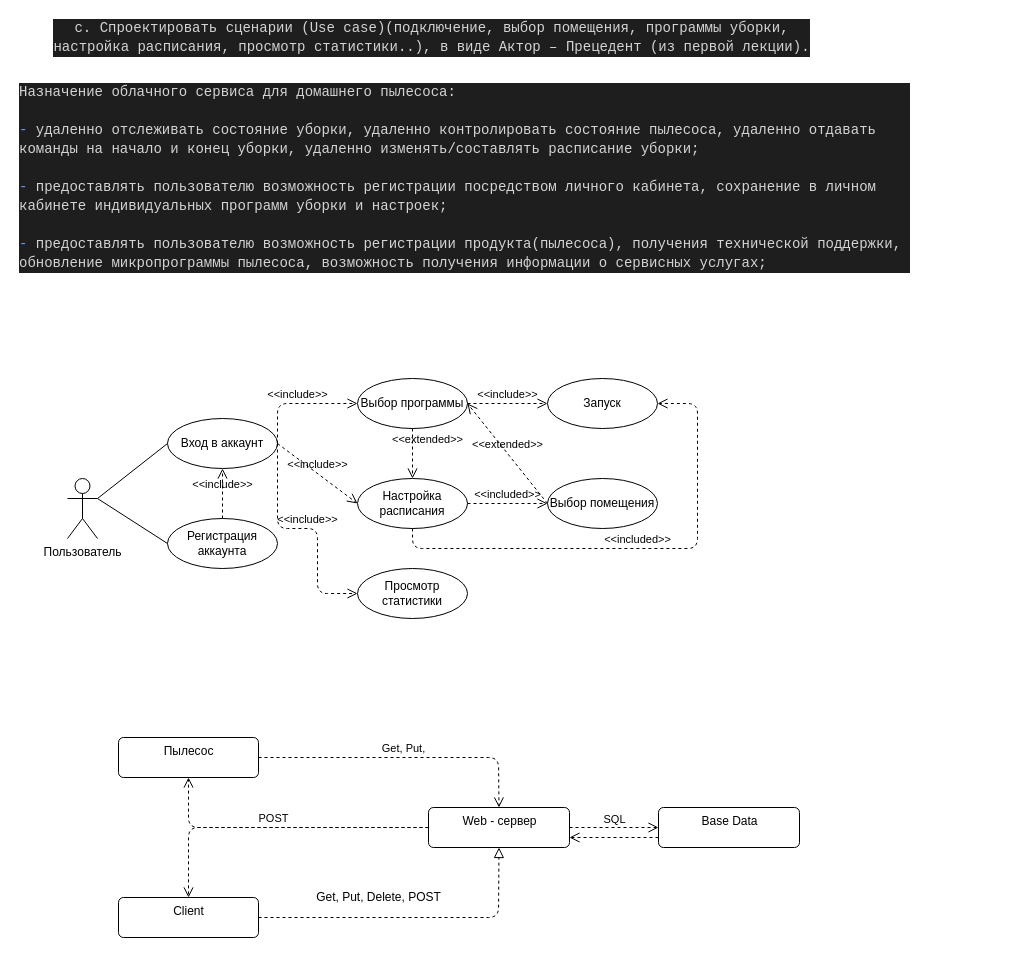
Before: homework_10/diagramm.drawio in AbubakirovRA/Application_architecture, a draw.io diagram. Source tidied: cells renumbered, new cells numbered last; positions are measured from the earlier drawing's top-left corner, leaving out a move shared by most shapes. Both pictures are drawn from the tidied source at 100%, with x=0, y=0 at pixel (17, 17).
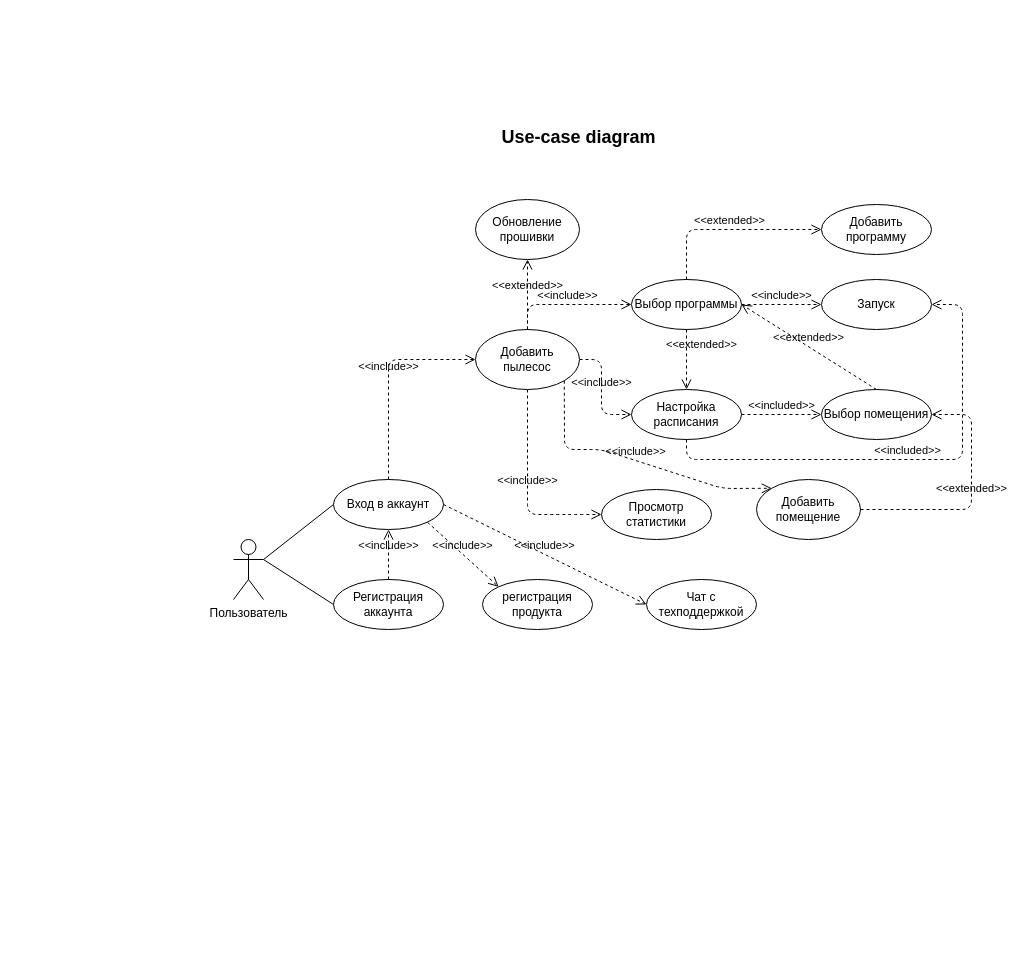
After the change.

Change to the diagram source:
```diff
@@
-    <mxCell id="2" value="&lt;div style=&quot;color: rgb(212 , 212 , 212) ; background-color: rgb(30 , 30 , 30) ; font-family: &amp;#34;consolas&amp;#34; , &amp;#34;courier new&amp;#34; , monospace ; font-size: 14px ; line-height: 19px&quot;&gt;&lt;div&gt;c. Спроектировать сценарии (Use case)(подключение, выбор помещения, программы уборки, &lt;/div&gt;&lt;div&gt;настройка расписания, просмотр статистики..), в виде Актор – Прецедент (из первой лекции).&lt;/div&gt;&lt;/div&gt;" style="text;html=1;align=center;verticalAlign=middle;strokeColor=none;fillColor=none;" parent="1" vertex="1">
-      <mxGeometry x="59" width="710" height="40" as="geometry" />
-    </mxCell>
+    <mxCell id="35" style="group;" parent="1" vertex="1">
+      <mxGeometry x="216" y="110" width="738" height="502" as="geometry" />
+    </mxCell>
-    <mxCell id="3" value="Пользователь" style="shape=umlActor;verticalLabelPosition=bottom;verticalAlign=top;html=1;" parent="1" vertex="1">
-      <mxGeometry x="50" y="461" width="30" height="60" as="geometry" />
+    <mxCell id="3" value="Пользователь" style="shape=umlActor;verticalLabelPosition=bottom;verticalAlign=top;html=1;" parent="35" vertex="1">
+      <mxGeometry y="412" width="30" height="60" as="geometry" />
     </mxCell>
-    <mxCell id="4" value="Запуск" style="ellipse;whiteSpace=wrap;html=1;" parent="1" vertex="1">
-      <mxGeometry x="530" y="361" width="110" height="50" as="geometry" />
+    <mxCell id="4" value="Запуск" style="ellipse;whiteSpace=wrap;html=1;" parent="35" vertex="1">
+      <mxGeometry x="588" y="152" width="110" height="50" as="geometry" />
     </mxCell>
-    <mxCell id="5" value="Выбор программы" style="ellipse;whiteSpace=wrap;html=1;" parent="1" vertex="1">
-      <mxGeometry x="340" y="361" width="110" height="50" as="geometry" />
+    <mxCell id="5" value="Выбор программы" style="ellipse;whiteSpace=wrap;html=1;" parent="35" vertex="1">
+      <mxGeometry x="398" y="152" width="110" height="50" as="geometry" />
     </mxCell>
-    <mxCell id="6" value="Выбор помещения" style="ellipse;whiteSpace=wrap;html=1;" parent="1" vertex="1">
-      <mxGeometry x="530" y="461" width="110" height="50" as="geometry" />
+    <mxCell id="6" value="Выбор помещения" style="ellipse;whiteSpace=wrap;html=1;" parent="35" vertex="1">
+      <mxGeometry x="588" y="262" width="110" height="50" as="geometry" />
     </mxCell>
-    <mxCell id="7" value="Настройка расписания" style="ellipse;whiteSpace=wrap;html=1;" parent="1" vertex="1">
-      <mxGeometry x="340" y="461" width="110" height="50" as="geometry" />
+    <mxCell id="7" value="Настройка расписания" style="ellipse;whiteSpace=wrap;html=1;" parent="35" vertex="1">
+      <mxGeometry x="398" y="262" width="110" height="50" as="geometry" />
     </mxCell>
-    <mxCell id="8" value="Просмотр статистики" style="ellipse;whiteSpace=wrap;html=1;" parent="1" vertex="1">
-      <mxGeometry x="340" y="551" width="110" height="50" as="geometry" />
+    <mxCell id="8" value="Просмотр статистики" style="ellipse;whiteSpace=wrap;html=1;" parent="35" vertex="1">
+      <mxGeometry x="368" y="362" width="110" height="50" as="geometry" />
     </mxCell>
-    <mxCell id="9" value="Регистрация аккаунта" style="ellipse;whiteSpace=wrap;html=1;" parent="1" vertex="1">
-      <mxGeometry x="150" y="501" width="110" height="50" as="geometry" />
+    <mxCell id="9" value="Регистрация аккаунта" style="ellipse;whiteSpace=wrap;html=1;" parent="35" vertex="1">
+      <mxGeometry x="100" y="452" width="110" height="50" as="geometry" />
     </mxCell>
-    <mxCell id="10" value="Вход в аккаунт" style="ellipse;whiteSpace=wrap;html=1;" parent="1" vertex="1">
-      <mxGeometry x="150" y="401" width="110" height="50" as="geometry" />
+    <mxCell id="10" value="Вход в аккаунт" style="ellipse;whiteSpace=wrap;html=1;" parent="35" vertex="1">
+      <mxGeometry x="100" y="352" width="110" height="50" as="geometry" />
     </mxCell>
-    <mxCell id="11" style="endArrow=none;html=1;exitX=1;exitY=0.3333333333333333;exitDx=0;exitDy=0;exitPerimeter=0;entryX=0;entryY=0.5;entryDx=0;entryDy=0;" parent="1" edge="1" source="3" target="9">
+    <mxCell id="11" style="endArrow=none;html=1;exitX=1;exitY=0.3333333333333333;exitDx=0;exitDy=0;exitPerimeter=0;entryX=0;entryY=0.5;entryDx=0;entryDy=0;" parent="35" edge="1" source="3" target="9">
       <mxGeometry relative="1" as="geometry" />
     </mxCell>
-    <mxCell id="12" style="endArrow=none;html=1;entryX=0;entryY=0.5;entryDx=0;entryDy=0;" parent="1" edge="1" target="10">
+    <mxCell id="12" style="endArrow=none;html=1;entryX=0;entryY=0.5;entryDx=0;entryDy=0;" parent="35" edge="1" target="10">
       <mxGeometry relative="1" as="geometry">
-        <mxPoint x="80" y="481" as="sourcePoint" />
+        <mxPoint x="30" y="432" as="sourcePoint" />
       </mxGeometry>
     </mxCell>
-    <mxCell id="13" value="&amp;lt;&amp;lt;include&amp;gt;&amp;gt;" style="endArrow=open;startArrow=none;endFill=0;startFill=0;endSize=8;html=1;verticalAlign=bottom;dashed=1;labelBackgroundColor=none;exitX=0.5;exitY=0;exitDx=0;exitDy=0;entryX=0.5;entryY=1;entryDx=0;entryDy=0;" parent="1" edge="1" source="9" target="10">
+    <mxCell id="13" value="&amp;lt;&amp;lt;include&amp;gt;&amp;gt;" style="endArrow=open;startArrow=none;endFill=0;startFill=0;endSize=8;html=1;verticalAlign=bottom;dashed=1;labelBackgroundColor=none;exitX=0.5;exitY=0;exitDx=0;exitDy=0;entryX=0.5;entryY=1;entryDx=0;entryDy=0;" parent="35" edge="1" source="9" target="10">
       <mxGeometry relative="1" as="geometry" />
     </mxCell>
-    <mxCell id="14" value="&amp;lt;&amp;lt;include&amp;gt;&amp;gt;" style="endArrow=open;startArrow=none;endFill=0;startFill=0;endSize=8;html=1;verticalAlign=bottom;dashed=1;labelBackgroundColor=none;exitX=1;exitY=0.5;exitDx=0;exitDy=0;entryX=0;entryY=0.5;entryDx=0;entryDy=0;" parent="1" edge="1" source="10" target="5">
+    <mxCell id="14" value="&amp;lt;&amp;lt;include&amp;gt;&amp;gt;" style="endArrow=open;startArrow=none;endFill=0;startFill=0;endSize=8;html=1;verticalAlign=bottom;dashed=1;labelBackgroundColor=none;entryX=0;entryY=0.5;entryDx=0;entryDy=0;exitX=0.5;exitY=0;exitDx=0;exitDy=0;" parent="35" edge="1" source="39" target="5">
       <mxGeometry relative="1" as="geometry">
         <Array as="points">
-          <mxPoint x="260" y="386" />
+          <mxPoint x="294" y="177" />
         </Array>
       </mxGeometry>
     </mxCell>
-    <mxCell id="15" value="&amp;lt;&amp;lt;include&amp;gt;&amp;gt;" style="endArrow=open;startArrow=none;endFill=0;startFill=0;endSize=8;html=1;verticalAlign=bottom;dashed=1;labelBackgroundColor=none;entryX=0;entryY=0.5;entryDx=0;entryDy=0;exitX=1;exitY=0.5;exitDx=0;exitDy=0;" parent="1" edge="1" source="5" target="4">
+    <mxCell id="15" value="&amp;lt;&amp;lt;include&amp;gt;&amp;gt;" style="endArrow=open;startArrow=none;endFill=0;startFill=0;endSize=8;html=1;verticalAlign=bottom;dashed=1;labelBackgroundColor=none;entryX=0;entryY=0.5;entryDx=0;entryDy=0;exitX=1;exitY=0.5;exitDx=0;exitDy=0;" parent="35" edge="1" source="5" target="4">
       <mxGeometry relative="1" as="geometry" />
     </mxCell>
-    <mxCell id="16" value="&amp;lt;&amp;lt;include&amp;gt;&amp;gt;" style="endArrow=open;startArrow=none;endFill=0;startFill=0;endSize=8;html=1;verticalAlign=bottom;dashed=1;labelBackgroundColor=none;exitX=1;exitY=0.5;exitDx=0;exitDy=0;entryX=0;entryY=0.5;entryDx=0;entryDy=0;" parent="1" edge="1" source="10" target="7">
-      <mxGeometry relative="1" as="geometry" />
+    <mxCell id="16" value="&amp;lt;&amp;lt;include&amp;gt;&amp;gt;" style="endArrow=open;startArrow=none;endFill=0;startFill=0;endSize=8;html=1;verticalAlign=bottom;dashed=1;labelBackgroundColor=none;entryX=0;entryY=0.5;entryDx=0;entryDy=0;exitX=1;exitY=0.5;exitDx=0;exitDy=0;" parent="35" edge="1" source="39" target="7">
+      <mxGeometry relative="1" as="geometry">
+        <Array as="points">
+          <mxPoint x="368" y="232" />
+          <mxPoint x="368" y="287" />
+        </Array>
+      </mxGeometry>
     </mxCell>
-    <mxCell id="17" value="&amp;lt;&amp;lt;include&amp;gt;&amp;gt;" style="endArrow=open;startArrow=none;endFill=0;startFill=0;endSize=8;html=1;verticalAlign=bottom;dashed=1;labelBackgroundColor=none;exitX=1;exitY=0.5;exitDx=0;exitDy=0;entryX=0;entryY=0.5;entryDx=0;entryDy=0;" parent="1" edge="1" source="10" target="8">
+    <mxCell id="17" value="&amp;lt;&amp;lt;include&amp;gt;&amp;gt;" style="endArrow=open;startArrow=none;endFill=0;startFill=0;endSize=8;html=1;verticalAlign=bottom;dashed=1;labelBackgroundColor=none;entryX=0;entryY=0.5;entryDx=0;entryDy=0;exitX=0.5;exitY=1;exitDx=0;exitDy=0;" parent="35" edge="1" source="39" target="8">
       <mxGeometry relative="1" as="geometry">
         <Array as="points">
-          <mxPoint x="260" y="511" />
-          <mxPoint x="300" y="511" />
-          <mxPoint x="300" y="576" />
+          <mxPoint x="294" y="387" />
+          <mxPoint x="319" y="387" />
+          <mxPoint x="339" y="387" />
         </Array>
       </mxGeometry>
     </mxCell>
-    <mxCell id="18" value="&amp;lt;&amp;lt;extended&amp;gt;&amp;gt;" style="endArrow=open;startArrow=none;endFill=0;startFill=0;endSize=8;html=1;verticalAlign=bottom;dashed=1;labelBackgroundColor=none;exitX=0.5;exitY=1;exitDx=0;exitDy=0;entryX=0.5;entryY=0;entryDx=0;entryDy=0;" parent="1" edge="1" source="5" target="7">
+    <mxCell id="18" value="&amp;lt;&amp;lt;extended&amp;gt;&amp;gt;" style="endArrow=open;startArrow=none;endFill=0;startFill=0;endSize=8;html=1;verticalAlign=bottom;dashed=1;labelBackgroundColor=none;exitX=0.5;exitY=1;exitDx=0;exitDy=0;entryX=0.5;entryY=0;entryDx=0;entryDy=0;" parent="35" edge="1" source="5" target="7">
       <mxGeometry x="-0.2" y="15" relative="1" as="geometry" />
     </mxCell>
-    <mxCell id="19" value="&amp;lt;&amp;lt;extended&amp;gt;&amp;gt;" style="endArrow=open;startArrow=none;endFill=0;startFill=0;endSize=8;html=1;verticalAlign=bottom;dashed=1;labelBackgroundColor=none;exitX=0;exitY=0.5;exitDx=0;exitDy=0;entryX=1;entryY=0.5;entryDx=0;entryDy=0;" parent="1" edge="1" source="6" target="5">
+    <mxCell id="19" value="&amp;lt;&amp;lt;extended&amp;gt;&amp;gt;" style="endArrow=open;startArrow=none;endFill=0;startFill=0;endSize=8;html=1;verticalAlign=bottom;dashed=1;labelBackgroundColor=none;exitX=0.5;exitY=0;exitDx=0;exitDy=0;entryX=1;entryY=0.5;entryDx=0;entryDy=0;" parent="35" edge="1" source="6" target="5">
       <mxGeometry relative="1" as="geometry" />
     </mxCell>
-    <mxCell id="20" value="&amp;lt;&amp;lt;included&amp;gt;&amp;gt;" style="endArrow=open;startArrow=none;endFill=0;startFill=0;endSize=8;html=1;verticalAlign=bottom;dashed=1;labelBackgroundColor=none;exitX=1;exitY=0.5;exitDx=0;exitDy=0;entryX=0;entryY=0.5;entryDx=0;entryDy=0;" parent="1" edge="1" source="7" target="6">
+    <mxCell id="20" value="&amp;lt;&amp;lt;included&amp;gt;&amp;gt;" style="endArrow=open;startArrow=none;endFill=0;startFill=0;endSize=8;html=1;verticalAlign=bottom;dashed=1;labelBackgroundColor=none;exitX=1;exitY=0.5;exitDx=0;exitDy=0;entryX=0;entryY=0.5;entryDx=0;entryDy=0;" parent="35" edge="1" source="7" target="6">
       <mxGeometry relative="1" as="geometry" />
     </mxCell>
-    <mxCell id="21" value="&amp;lt;&amp;lt;included&amp;gt;&amp;gt;" style="endArrow=open;startArrow=none;endFill=0;startFill=0;endSize=8;html=1;verticalAlign=bottom;dashed=1;labelBackgroundColor=none;exitX=0.5;exitY=1;exitDx=0;exitDy=0;entryX=1;entryY=0.5;entryDx=0;entryDy=0;" parent="1" edge="1" source="7" target="4">
+    <mxCell id="21" value="&amp;lt;&amp;lt;included&amp;gt;&amp;gt;" style="endArrow=open;startArrow=none;endFill=0;startFill=0;endSize=8;html=1;verticalAlign=bottom;dashed=1;labelBackgroundColor=none;exitX=0.5;exitY=1;exitDx=0;exitDy=0;entryX=1;entryY=0.5;entryDx=0;entryDy=0;" parent="35" edge="1" source="7" target="4">
       <mxGeometry relative="1" as="geometry">
         <Array as="points">
-          <mxPoint x="395" y="531" />
-          <mxPoint x="680" y="531" />
-          <mxPoint x="680" y="386" />
+          <mxPoint x="453" y="332" />
+          <mxPoint x="729" y="332" />
+          <mxPoint x="729" y="177" />
         </Array>
       </mxGeometry>
     </mxCell>
-    <mxCell id="22" value="&lt;div style=&quot;color: rgb(212 , 212 , 212) ; background-color: rgb(30 , 30 , 30) ; font-family: &amp;#34;consolas&amp;#34; , &amp;#34;courier new&amp;#34; , monospace ; font-size: 14px ; line-height: 19px&quot;&gt;&lt;div&gt;Назначение облачного сервиса для домашнего пылесоса:&lt;/div&gt;&lt;br&gt;&lt;div&gt;&lt;span style=&quot;color: #6796e6&quot;&gt;-&lt;/span&gt; удаленно отслеживать состояние уборки, удаленно контролировать состояние пылесоса, удаленно отдавать&amp;nbsp;&lt;/div&gt;&lt;div&gt;команды на начало и конец уборки, удаленно изменять/составлять расписание уборки;&lt;/div&gt;&lt;br&gt;&lt;div&gt;&lt;span style=&quot;color: #6796e6&quot;&gt;-&lt;/span&gt; предоставлять пользователю возможность регистрации посредством личного кабинета, сохранение в личном&amp;nbsp;&lt;/div&gt;&lt;div&gt;кабинете индивидуальных программ уборки и настроек;&lt;/div&gt;&lt;br&gt;&lt;div&gt;&lt;span style=&quot;color: #6796e6&quot;&gt;-&lt;/span&gt; предоставлять пользователю возможность регистрации продукта(пылесоса), получения технической поддержки,&amp;nbsp;&lt;/div&gt;&lt;div&gt;обновление микропрограммы пылесоса, возможность получения информации о сервисных услугах;&lt;/div&gt;&lt;/div&gt;" style="text;html=1;align=left;verticalAlign=middle;strokeColor=none;fillColor=none;" parent="1" vertex="1">
-      <mxGeometry y="60" width="830" height="200" as="geometry" />
-    </mxCell>
-    <mxCell id="23" value="Client" style="html=1;align=center;verticalAlign=top;rounded=1;absoluteArcSize=1;arcSize=10;dashed=0;" parent="1" vertex="1">
-      <mxGeometry x="101" y="880" width="140" height="40" as="geometry" />
-    </mxCell>
-    <mxCell id="24" value="Пылесос" style="html=1;align=center;verticalAlign=top;rounded=1;absoluteArcSize=1;arcSize=10;dashed=0;" parent="1" vertex="1">
-      <mxGeometry x="101" y="720" width="140" height="40" as="geometry" />
-    </mxCell>
-    <mxCell id="25" value="Web - сервер" style="html=1;align=center;verticalAlign=top;rounded=1;absoluteArcSize=1;arcSize=10;dashed=0;" parent="1" vertex="1">
-      <mxGeometry x="411" y="790" width="141" height="40" as="geometry" />
-    </mxCell>
-    <mxCell id="26" style="endArrow=block;startArrow=none;endFill=0;startFill=0;endSize=8;html=1;verticalAlign=bottom;dashed=1;labelBackgroundColor=none;exitX=1;exitY=0.5;exitDx=0;exitDy=0;entryX=0.5;entryY=1;entryDx=0;entryDy=0;" parent="1" edge="1" source="23" target="25">
-      <mxGeometry relative="1" as="geometry">
-        <Array as="points">
-          <mxPoint x="481" y="900" />
-        </Array>
-      </mxGeometry>
-    </mxCell>
-    <mxCell id="27" value="Get, Put, Delete, POST" style="text;html=1;align=center;verticalAlign=middle;strokeColor=none;fillColor=none;" parent="1" vertex="1">
-      <mxGeometry x="291" y="870" width="140" height="20" as="geometry" />
-    </mxCell>
-    <mxCell id="28" value="Get, Put," style="endArrow=open;startArrow=none;endFill=0;startFill=0;endSize=8;html=1;verticalAlign=bottom;dashed=1;labelBackgroundColor=none;exitX=1;exitY=0.5;exitDx=0;exitDy=0;entryX=0.5;entryY=0;entryDx=0;entryDy=0;" parent="1" edge="1" source="24" target="25">
-      <mxGeometry relative="1" as="geometry">
-        <Array as="points">
-          <mxPoint x="481" y="740" />
-        </Array>
-      </mxGeometry>
-    </mxCell>
-    <mxCell id="29" style="endArrow=open;startArrow=none;endFill=0;startFill=0;endSize=8;html=1;verticalAlign=bottom;dashed=1;labelBackgroundColor=none;exitX=0;exitY=0.5;exitDx=0;exitDy=0;entryX=0.5;entryY=1;entryDx=0;entryDy=0;" parent="1" edge="1" source="25" target="24">
-      <mxGeometry relative="1" as="geometry">
-        <Array as="points">
-          <mxPoint x="171" y="810" />
-        </Array>
-      </mxGeometry>
-    </mxCell>
-    <mxCell id="30" value="POST" style="endArrow=open;startArrow=none;endFill=0;startFill=0;endSize=8;html=1;verticalAlign=bottom;dashed=1;labelBackgroundColor=none;exitX=0;exitY=0.5;exitDx=0;exitDy=0;entryX=0.5;entryY=0;entryDx=0;entryDy=0;" parent="1" edge="1" source="25" target="23">
-      <mxGeometry relative="1" as="geometry">
-        <Array as="points">
-          <mxPoint x="171" y="810" />
-        </Array>
-      </mxGeometry>
-    </mxCell>
-    <mxCell id="31" value="Base Data" style="html=1;align=center;verticalAlign=top;rounded=1;absoluteArcSize=1;arcSize=10;dashed=0;" parent="1" vertex="1">
-      <mxGeometry x="641" y="790" width="141" height="40" as="geometry" />
-    </mxCell>
-    <mxCell id="32" style="endArrow=open;startArrow=none;endFill=0;startFill=0;endSize=8;html=1;verticalAlign=bottom;dashed=1;labelBackgroundColor=none;exitX=1;exitY=0.5;exitDx=0;exitDy=0;entryX=0;entryY=0.5;entryDx=0;entryDy=0;" parent="1" edge="1" source="25" target="31">
-      <mxGeometry relative="1" as="geometry" />
-    </mxCell>
-    <mxCell id="33" value="SQL" style="edgeLabel;html=1;align=center;verticalAlign=middle;" parent="32" vertex="1">
-      <mxGeometry x="0.35" y="1" relative="1" as="geometry">
-        <mxPoint x="-16" y="-8" as="offset" />
-      </mxGeometry>
-    </mxCell>
-    <mxCell id="34" style="endArrow=open;startArrow=none;endFill=0;startFill=0;endSize=8;html=1;verticalAlign=bottom;dashed=1;labelBackgroundColor=none;exitX=0;exitY=0.75;exitDx=0;exitDy=0;entryX=1;entryY=0.75;entryDx=0;entryDy=0;" parent="1" edge="1" source="31" target="25">
-      <mxGeometry relative="1" as="geometry" />
-    </mxCell>
+    <mxCell id="36" value="Добавить помещение" style="ellipse;whiteSpace=wrap;html=1;" parent="35" vertex="1">
+      <mxGeometry x="523" y="352" width="104" height="60" as="geometry" />
+    </mxCell>
+    <mxCell id="37" value="&amp;lt;&amp;lt;include&amp;gt;&amp;gt;" style="endArrow=open;startArrow=none;endFill=0;startFill=0;endSize=8;html=1;verticalAlign=bottom;dashed=1;labelBackgroundColor=none;entryX=0;entryY=0;entryDx=0;entryDy=0;exitX=1;exitY=1;exitDx=0;exitDy=0;" parent="35" edge="1" source="39" target="36">
+      <mxGeometry relative="1" as="geometry">
+        <Array as="points">
+          <mxPoint x="331" y="322" />
+          <mxPoint x="368" y="322" />
+          <mxPoint x="489" y="361" />
+        </Array>
+      </mxGeometry>
+    </mxCell>
+    <mxCell id="38" value="&amp;lt;&amp;lt;include&amp;gt;&amp;gt;" style="endArrow=open;startArrow=none;endFill=0;startFill=0;endSize=8;html=1;verticalAlign=bottom;dashed=1;labelBackgroundColor=none;exitX=0.5;exitY=0;exitDx=0;exitDy=0;entryX=0;entryY=0.5;entryDx=0;entryDy=0;" parent="35" edge="1" source="10" target="39">
+      <mxGeometry relative="1" as="geometry">
+        <Array as="points">
+          <mxPoint x="155" y="232" />
+        </Array>
+      </mxGeometry>
+    </mxCell>
+    <mxCell id="39" value="Добавить пылесос" style="ellipse;whiteSpace=wrap;html=1;" parent="35" vertex="1">
+      <mxGeometry x="242" y="202" width="104" height="60" as="geometry" />
+    </mxCell>
+    <mxCell id="40" value="&amp;lt;&amp;lt;extended&amp;gt;&amp;gt;" style="endArrow=open;startArrow=none;endFill=0;startFill=0;endSize=8;html=1;verticalAlign=bottom;dashed=1;labelBackgroundColor=none;exitX=1;exitY=0.5;exitDx=0;exitDy=0;entryX=1;entryY=0.5;entryDx=0;entryDy=0;" parent="35" edge="1" source="36" target="6">
+      <mxGeometry relative="1" as="geometry">
+        <Array as="points">
+          <mxPoint x="738" y="382" />
+          <mxPoint x="738" y="287" />
+        </Array>
+      </mxGeometry>
+    </mxCell>
+    <mxCell id="41" value="Добавить программу" style="ellipse;whiteSpace=wrap;html=1;" parent="35" vertex="1">
+      <mxGeometry x="588" y="77" width="110" height="50" as="geometry" />
+    </mxCell>
+    <mxCell id="42" value="&amp;lt;&amp;lt;extended&amp;gt;&amp;gt;" style="endArrow=open;startArrow=none;endFill=0;startFill=0;endSize=8;html=1;verticalAlign=bottom;dashed=1;labelBackgroundColor=none;exitX=0.5;exitY=0;exitDx=0;exitDy=0;entryX=0;entryY=0.5;entryDx=0;entryDy=0;" parent="35" edge="1" source="5" target="41">
+      <mxGeometry relative="1" as="geometry">
+        <Array as="points">
+          <mxPoint x="453" y="102" />
+        </Array>
+      </mxGeometry>
+    </mxCell>
+    <mxCell id="43" value="Обновление прошивки" style="ellipse;whiteSpace=wrap;html=1;" parent="35" vertex="1">
+      <mxGeometry x="242" y="72" width="104" height="60" as="geometry" />
+    </mxCell>
+    <mxCell id="44" value="&amp;lt;&amp;lt;extended&amp;gt;&amp;gt;" style="endArrow=open;startArrow=none;endFill=0;startFill=0;endSize=8;html=1;verticalAlign=bottom;dashed=1;labelBackgroundColor=none;exitX=0.5;exitY=0;exitDx=0;exitDy=0;entryX=0.5;entryY=1;entryDx=0;entryDy=0;" parent="35" edge="1" source="39" target="43">
+      <mxGeometry relative="1" as="geometry" />
+    </mxCell>
+    <mxCell id="45" value="Чат с техподдержкой" style="ellipse;whiteSpace=wrap;html=1;" parent="35" vertex="1">
+      <mxGeometry x="413" y="452" width="110" height="50" as="geometry" />
+    </mxCell>
+    <mxCell id="46" value="&amp;lt;&amp;lt;include&amp;gt;&amp;gt;" style="endArrow=open;startArrow=none;endFill=0;startFill=0;endSize=8;html=1;verticalAlign=bottom;dashed=1;labelBackgroundColor=none;exitX=1;exitY=0.5;exitDx=0;exitDy=0;entryX=0;entryY=0.5;entryDx=0;entryDy=0;" parent="35" edge="1" source="10" target="45">
+      <mxGeometry relative="1" as="geometry" />
+    </mxCell>
+    <mxCell id="47" value="регистрация продукта" style="ellipse;whiteSpace=wrap;html=1;" parent="35" vertex="1">
+      <mxGeometry x="249" y="452" width="110" height="50" as="geometry" />
+    </mxCell>
+    <mxCell id="48" value="&amp;lt;&amp;lt;include&amp;gt;&amp;gt;" style="endArrow=open;startArrow=none;endFill=0;startFill=0;endSize=8;html=1;verticalAlign=bottom;dashed=1;labelBackgroundColor=none;exitX=1;exitY=1;exitDx=0;exitDy=0;entryX=0;entryY=0;entryDx=0;entryDy=0;" parent="35" edge="1" source="10" target="47">
+      <mxGeometry relative="1" as="geometry" />
+    </mxCell>
+    <mxCell id="49" value="&lt;font style=&quot;font-size: 18px&quot;&gt;&lt;b&gt;Use-case diagram&lt;/b&gt;&lt;/font&gt;" style="text;html=1;align=center;verticalAlign=middle;strokeColor=none;fillColor=none;" parent="35" vertex="1">
+      <mxGeometry x="260" width="170" height="20" as="geometry" />
+    </mxCell>
```
